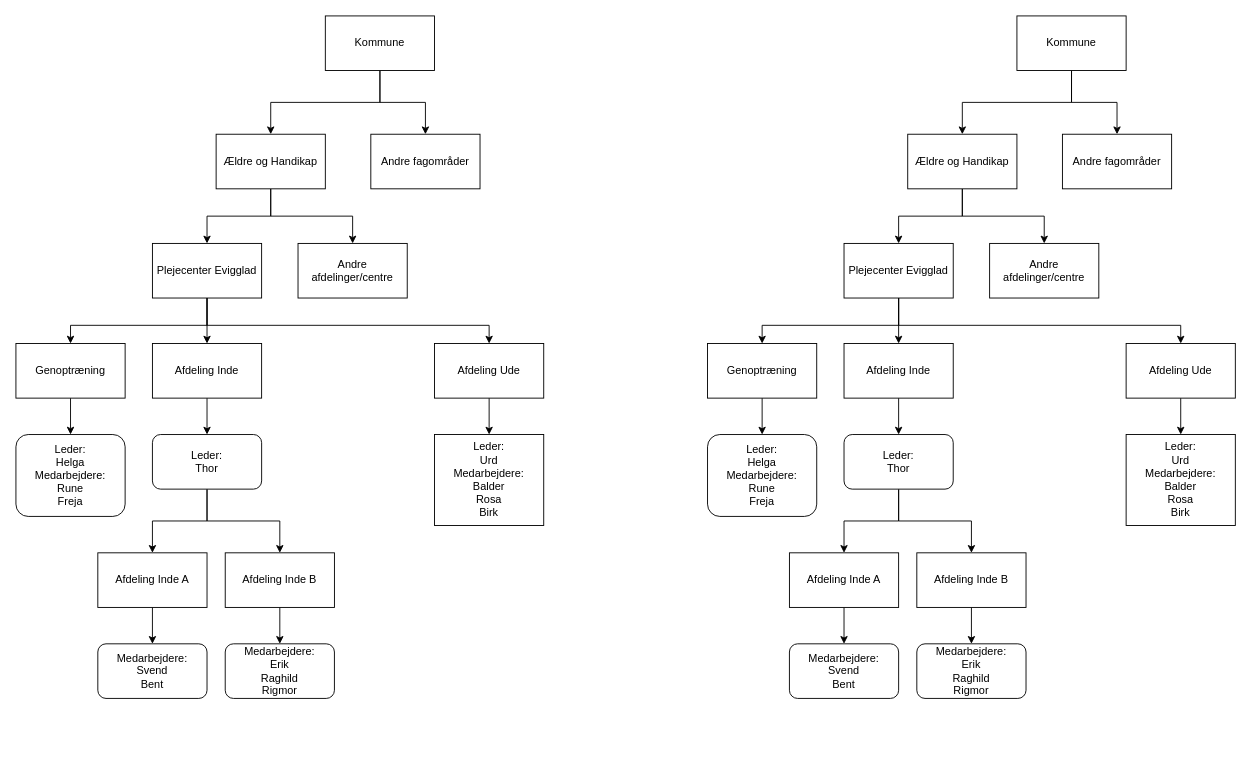
The draw.io diagram org_udfordring.drawio in Skanderborg/Strategi, before the edit. Source tidied: cells renumbered, new cells numbered last; positions are measured from the earlier drawing's top-left corner, leaving out a move shared by most shapes. Both pictures are drawn from the tidied source at 91%, with x=0, y=0 at pixel (15, 15).
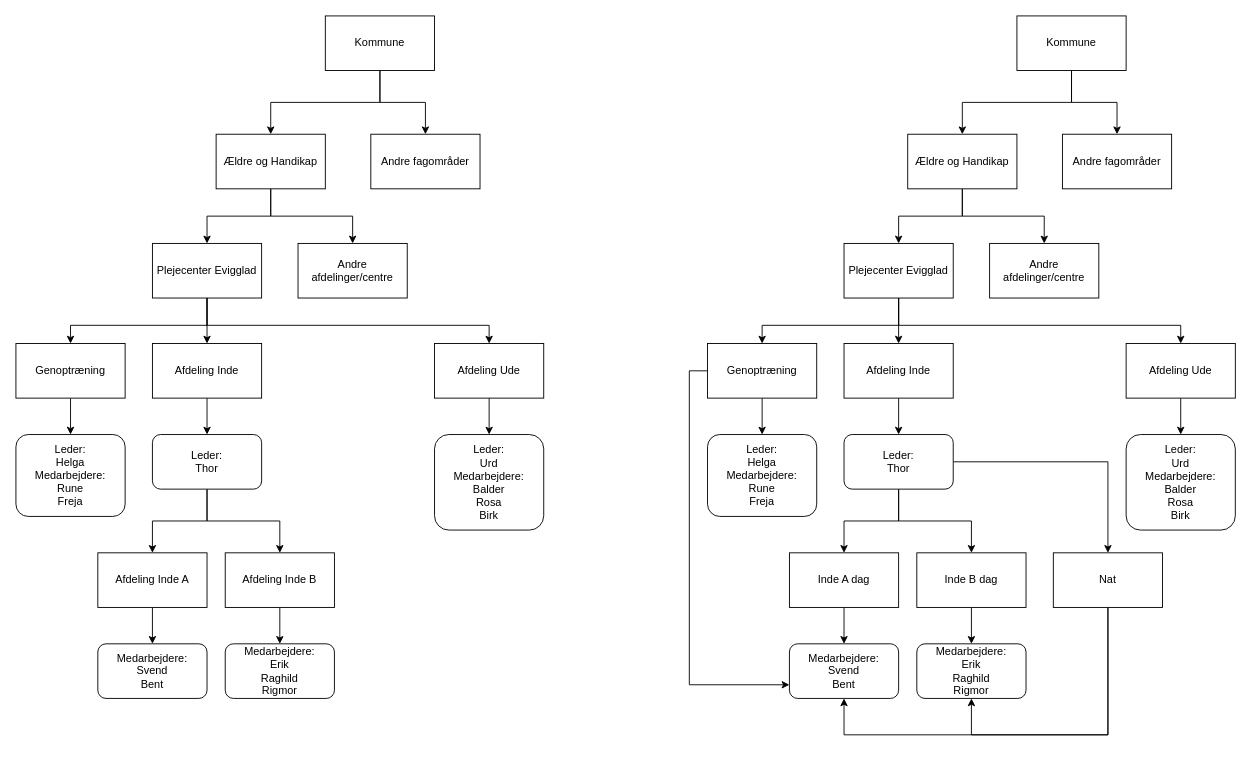
Above is the later version.

Unchanged cells that the change refers to:
```xml
<mxCell id="19" value="Afdeling Ude" style="rounded=0;whiteSpace=wrap;html=1;" parent="1" vertex="1">
  <mxGeometry x="460" y="360" width="120" height="60" as="geometry" />
</mxCell>
<mxCell id="44" value="Genoptræning" style="rounded=0;whiteSpace=wrap;html=1;" parent="1" vertex="1">
  <mxGeometry x="760" y="360" width="120" height="60" as="geometry" />
</mxCell>
<mxCell id="48" value="Afdeling Ude" style="rounded=0;whiteSpace=wrap;html=1;" parent="1" vertex="1">
  <mxGeometry x="1220" y="360" width="120" height="60" as="geometry" />
</mxCell>
<mxCell id="57" value="&lt;div&gt;Leder:&lt;/div&gt;&lt;div&gt;Thor&lt;br&gt;&lt;/div&gt;" style="rounded=1;whiteSpace=wrap;html=1;" parent="1" vertex="1">
  <mxGeometry x="910" y="460" width="120" height="60" as="geometry" />
</mxCell>
<mxCell id="58" value="&lt;div&gt;Medarbejdere:&lt;/div&gt;&lt;div&gt;Svend&lt;/div&gt;&lt;div&gt;Bent&lt;/div&gt;" style="rounded=1;whiteSpace=wrap;html=1;" parent="1" vertex="1">
  <mxGeometry x="850" y="690" width="120" height="60" as="geometry" />
</mxCell>
<mxCell id="59" value="&lt;div&gt;Medarbejdere:&lt;/div&gt;&lt;div&gt;Erik&lt;/div&gt;&lt;div&gt;Raghild&lt;/div&gt;&lt;div&gt;Rigmor&lt;br&gt;&lt;/div&gt;" style="rounded=1;whiteSpace=wrap;html=1;" parent="1" vertex="1">
  <mxGeometry x="990" y="690" width="120" height="60" as="geometry" />
</mxCell>
```

Change to the diagram source:
```diff
@@
-    <mxCell id="18" style="edgeStyle=orthogonalEdgeStyle;rounded=0;jettySize=auto;html=1;" parent="1" edge="1" source="19" target="21">
-      <mxGeometry relative="1" as="geometry" />
-    </mxCell>
+    <mxCell id="60" style="edgeStyle=orthogonalEdgeStyle;rounded=0;jettySize=auto;html=1;" parent="1" edge="1" source="19" target="67">
+      <mxGeometry relative="1" as="geometry" />
+    </mxCell>
@@
-    <mxCell id="21" value="&lt;div&gt;Leder:&lt;/div&gt;&lt;div&gt;Urd&lt;/div&gt;&lt;div&gt;Medarbejdere:&lt;/div&gt;&lt;div&gt;Balder&lt;/div&gt;&lt;div&gt;Rosa&lt;/div&gt;&lt;div&gt;Birk&lt;br&gt;&lt;/div&gt;" style="rounded=0;whiteSpace=wrap;html=1;" parent="1" vertex="1">
-      <mxGeometry x="460" y="460" width="120" height="100" as="geometry" />
-    </mxCell>
@@
+    <mxCell id="61" style="edgeStyle=orthogonalEdgeStyle;rounded=0;jettySize=auto;html=1;entryX=0;entryY=0.75;entryDx=0;entryDy=0;" parent="1" edge="1" source="44" target="58">
+      <mxGeometry relative="1" as="geometry">
+        <Array as="points">
+          <mxPoint x="740" y="390" />
+          <mxPoint x="740" y="735" />
+        </Array>
+      </mxGeometry>
+    </mxCell>
@@
-    <mxCell id="46" value="Afdeling Inde A" style="rounded=0;whiteSpace=wrap;html=1;" parent="1" vertex="1">
+    <mxCell id="46" value="Inde A dag" style="rounded=0;whiteSpace=wrap;html=1;" parent="1" vertex="1">
       <mxGeometry x="850" y="590" width="120" height="60" as="geometry" />
     </mxCell>
-    <mxCell id="47" style="edgeStyle=orthogonalEdgeStyle;rounded=0;jettySize=auto;html=1;" parent="1" edge="1" source="48" target="50">
+    <mxCell id="47" style="edgeStyle=orthogonalEdgeStyle;rounded=0;jettySize=auto;html=1;" parent="1" edge="1" source="48" target="66">
       <mxGeometry relative="1" as="geometry" />
     </mxCell>
@@
-    <mxCell id="50" value="&lt;div&gt;Leder:&lt;/div&gt;&lt;div&gt;Urd&lt;/div&gt;&lt;div&gt;Medarbejdere:&lt;/div&gt;&lt;div&gt;Balder&lt;/div&gt;&lt;div&gt;Rosa&lt;/div&gt;&lt;div&gt;Birk&lt;br&gt;&lt;/div&gt;" style="rounded=0;whiteSpace=wrap;html=1;" parent="1" vertex="1">
-      <mxGeometry x="1220" y="460" width="120" height="100" as="geometry" />
-    </mxCell>
@@
-    <mxCell id="52" value="Afdeling Inde B" style="rounded=0;whiteSpace=wrap;html=1;" parent="1" vertex="1">
+    <mxCell id="52" value="Inde B dag" style="rounded=0;whiteSpace=wrap;html=1;" parent="1" vertex="1">
       <mxGeometry x="990" y="590" width="120" height="60" as="geometry" />
     </mxCell>
@@
+    <mxCell id="62" style="edgeStyle=orthogonalEdgeStyle;rounded=0;jettySize=auto;html=1;" parent="1" edge="1" source="57" target="65">
+      <mxGeometry relative="1" as="geometry" />
+    </mxCell>
@@
+    <mxCell id="63" style="edgeStyle=orthogonalEdgeStyle;rounded=0;jettySize=auto;html=1;" parent="1" edge="1" source="65" target="58">
+      <mxGeometry relative="1" as="geometry">
+        <Array as="points">
+          <mxPoint x="1200" y="790" />
+          <mxPoint x="910" y="790" />
+        </Array>
+      </mxGeometry>
+    </mxCell>
+    <mxCell id="64" style="edgeStyle=orthogonalEdgeStyle;rounded=0;jettySize=auto;html=1;entryX=0.5;entryY=1;entryDx=0;entryDy=0;exitX=0.5;exitY=1;exitDx=0;exitDy=0;" parent="1" edge="1" source="65" target="59">
+      <mxGeometry relative="1" as="geometry">
+        <Array as="points">
+          <mxPoint x="1200" y="790" />
+          <mxPoint x="1050" y="790" />
+        </Array>
+      </mxGeometry>
+    </mxCell>
+    <mxCell id="65" value="Nat" style="rounded=0;whiteSpace=wrap;html=1;" parent="1" vertex="1">
+      <mxGeometry x="1140" y="590" width="120" height="60" as="geometry" />
+    </mxCell>
+    <mxCell id="66" value="&lt;div&gt;Leder:&lt;/div&gt;&lt;div&gt;Urd&lt;/div&gt;&lt;div&gt;Medarbejdere:&lt;/div&gt;&lt;div&gt;Balder&lt;/div&gt;&lt;div&gt;Rosa&lt;/div&gt;&lt;div&gt;Birk&lt;br&gt;&lt;/div&gt;" style="rounded=1;whiteSpace=wrap;html=1;" parent="1" vertex="1">
+      <mxGeometry x="1220" y="460" width="120" height="105" as="geometry" />
+    </mxCell>
+    <mxCell id="67" value="&lt;div&gt;Leder:&lt;/div&gt;&lt;div&gt;Urd&lt;/div&gt;&lt;div&gt;Medarbejdere:&lt;/div&gt;&lt;div&gt;Balder&lt;/div&gt;&lt;div&gt;Rosa&lt;/div&gt;&lt;div&gt;Birk&lt;br&gt;&lt;/div&gt;" style="rounded=1;whiteSpace=wrap;html=1;" parent="1" vertex="1">
+      <mxGeometry x="460" y="460" width="120" height="105" as="geometry" />
+    </mxCell>
```
